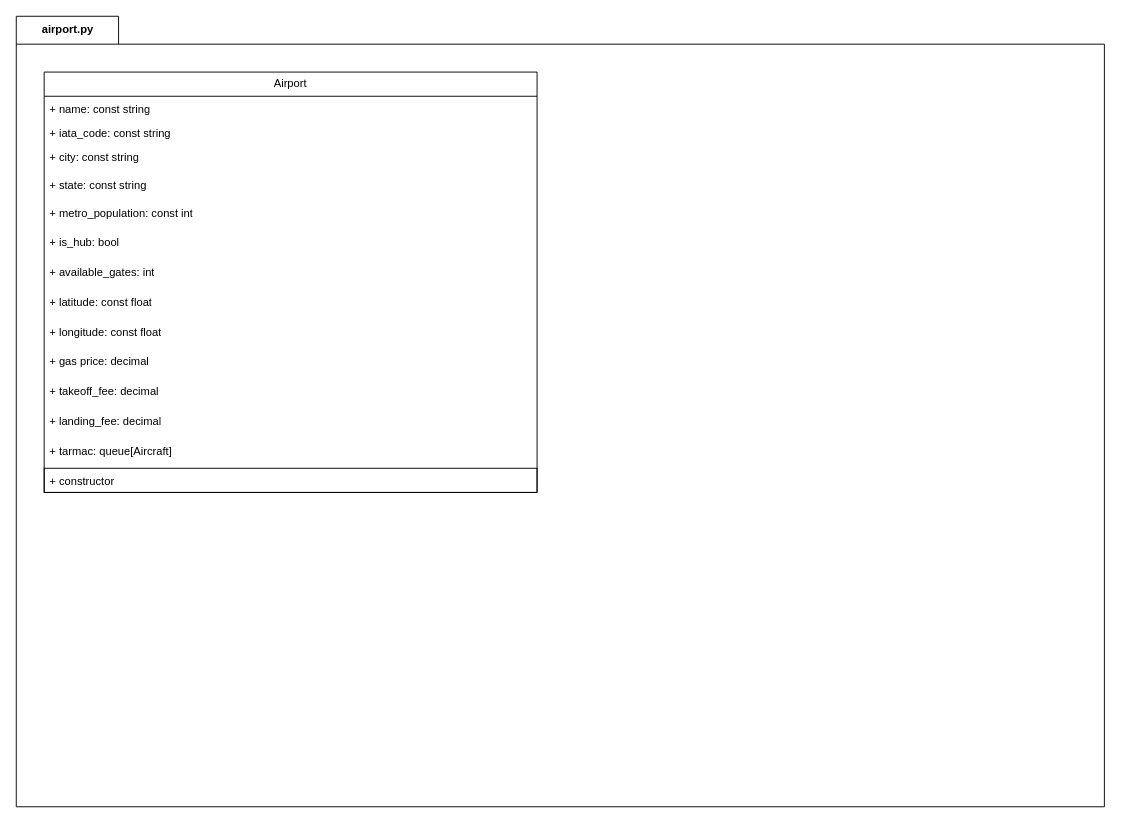
Above: docs/diagrams/airport.drawio in CoreyMLawrence/Comfort-Airlines (draw.io), before the change. Source tidied: cells renumbered, new cells numbered last; positions are measured from the earlier drawing's top-left corner, leaving out a move shared by most shapes. Both pictures are drawn from the tidied source at 93%, with x=0, y=0 at pixel (16, 16).
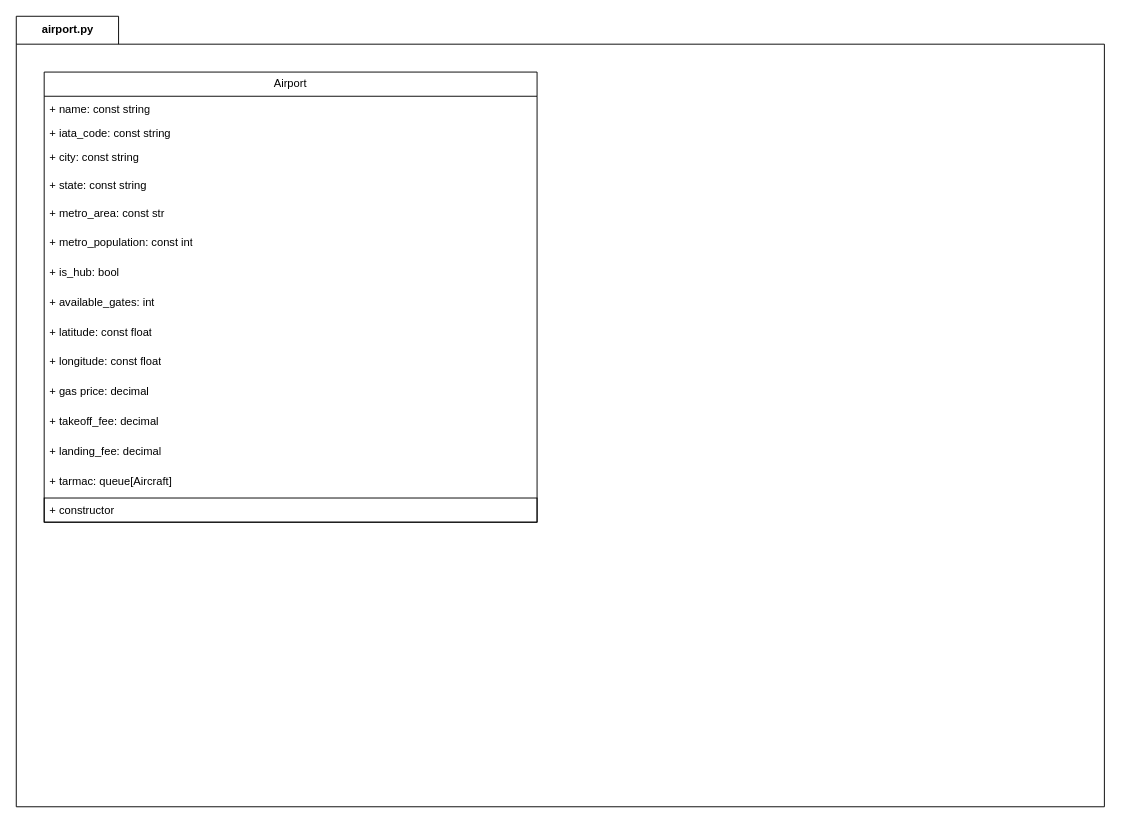
The same diagram, later.

Diff of the diagram source:
```diff
@@
     <mxCell id="4" value="Airport" style="swimlane;fontStyle=0;horizontal=1;startSize=26;fillColor=none;whiteSpace=wrap;html=1;" parent="1" vertex="1">
-      <mxGeometry x="30" y="60" width="530" height="452" as="geometry" />
+      <mxGeometry x="30" y="60" width="530" height="484" as="geometry" />
     </mxCell>
@@
+    <mxCell id="19" value="+ metro_area: const str" style="text;strokeColor=none;fillColor=none;align=left;verticalAlign=top;spacingLeft=4;spacingRight=4;overflow=hidden;whiteSpace=wrap;html=1;" parent="4" vertex="1">
+      <mxGeometry y="138" width="530" height="32" as="geometry" />
+    </mxCell>
     <mxCell id="9" value="+ metro_population: const int" style="text;strokeColor=none;fillColor=none;align=left;verticalAlign=top;spacingLeft=4;spacingRight=4;overflow=hidden;whiteSpace=wrap;html=1;" parent="4" vertex="1">
-      <mxGeometry y="138" width="530" height="32" as="geometry" />
+      <mxGeometry y="170" width="530" height="32" as="geometry" />
     </mxCell>
     <mxCell id="10" value="+ is_hub: bool" style="text;strokeColor=none;fillColor=none;align=left;verticalAlign=top;spacingLeft=4;spacingRight=4;overflow=hidden;whiteSpace=wrap;html=1;" parent="4" vertex="1">
-      <mxGeometry y="170" width="530" height="32" as="geometry" />
+      <mxGeometry y="202" width="530" height="32" as="geometry" />
     </mxCell>
     <mxCell id="11" value="+ available_gates: int" style="text;strokeColor=none;fillColor=none;align=left;verticalAlign=top;spacingLeft=4;spacingRight=4;overflow=hidden;whiteSpace=wrap;html=1;" parent="4" vertex="1">
-      <mxGeometry y="202" width="530" height="32" as="geometry" />
+      <mxGeometry y="234" width="530" height="32" as="geometry" />
     </mxCell>
     <mxCell id="12" value="+ latitude: const float" style="text;strokeColor=none;fillColor=none;align=left;verticalAlign=top;spacingLeft=4;spacingRight=4;overflow=hidden;whiteSpace=wrap;html=1;" parent="4" vertex="1">
-      <mxGeometry y="234" width="530" height="32" as="geometry" />
+      <mxGeometry y="266" width="530" height="32" as="geometry" />
     </mxCell>
     <mxCell id="13" value="+ longitude: const float" style="text;strokeColor=none;fillColor=none;align=left;verticalAlign=top;spacingLeft=4;spacingRight=4;overflow=hidden;whiteSpace=wrap;html=1;" parent="4" vertex="1">
-      <mxGeometry y="266" width="530" height="32" as="geometry" />
+      <mxGeometry y="298" width="530" height="32" as="geometry" />
     </mxCell>
     <mxCell id="14" value="+ gas price: decimal" style="text;strokeColor=none;fillColor=none;align=left;verticalAlign=top;spacingLeft=4;spacingRight=4;overflow=hidden;whiteSpace=wrap;html=1;" parent="4" vertex="1">
-      <mxGeometry y="298" width="530" height="32" as="geometry" />
+      <mxGeometry y="330" width="530" height="32" as="geometry" />
     </mxCell>
     <mxCell id="15" value="+ takeoff_fee: decimal" style="text;strokeColor=none;fillColor=none;align=left;verticalAlign=top;spacingLeft=4;spacingRight=4;overflow=hidden;whiteSpace=wrap;html=1;" parent="4" vertex="1">
-      <mxGeometry y="330" width="530" height="32" as="geometry" />
+      <mxGeometry y="362" width="530" height="32" as="geometry" />
     </mxCell>
     <mxCell id="16" value="+ landing_fee: decimal" style="text;strokeColor=none;fillColor=none;align=left;verticalAlign=top;spacingLeft=4;spacingRight=4;overflow=hidden;whiteSpace=wrap;html=1;" parent="4" vertex="1">
-      <mxGeometry y="362" width="530" height="32" as="geometry" />
+      <mxGeometry y="394" width="530" height="32" as="geometry" />
     </mxCell>
     <mxCell id="17" value="+ tarmac: queue[Aircraft]" style="text;strokeColor=none;fillColor=none;align=left;verticalAlign=top;spacingLeft=4;spacingRight=4;overflow=hidden;whiteSpace=wrap;html=1;" parent="4" vertex="1">
-      <mxGeometry y="394" width="530" height="32" as="geometry" />
+      <mxGeometry y="426" width="530" height="32" as="geometry" />
     </mxCell>
     <mxCell id="18" value="+ constructor" style="text;strokeColor=default;fillColor=none;align=left;verticalAlign=top;spacingLeft=4;spacingRight=4;overflow=hidden;whiteSpace=wrap;html=1;" parent="4" vertex="1">
-      <mxGeometry y="426" width="530" height="26" as="geometry" />
+      <mxGeometry y="458" width="530" height="26" as="geometry" />
     </mxCell>
```
